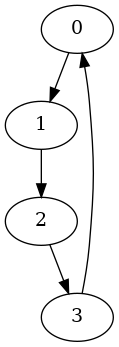
The Graphviz diagram DrawGraphs/teste.png in pedropintoo/AED-project-2, before a commit. Its source is kept beside it as DrawGraphs/teste.dot.
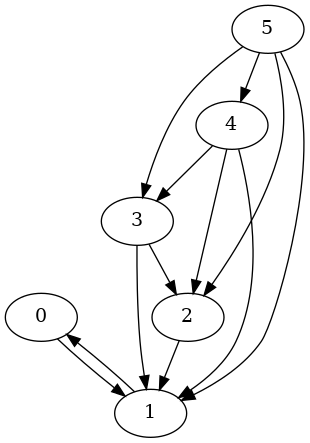
Above is the later version.

Diff of the diagram source:
```diff
@@ -1,7 +1,9 @@
 digraph G {
     0 -> {1};
-    1 -> {2};
-    2 -> {3};
-    3 -> {0};
-    { rank=same; 0 1 2 3 }
+    1 -> {0};
+    2 -> {1};
+    3 -> {1 2};
+    4 -> {1 2 3};
+    5 -> {1 2 3 4};
+    { rank=same; 5 4 3 2 1 }
 }
```
